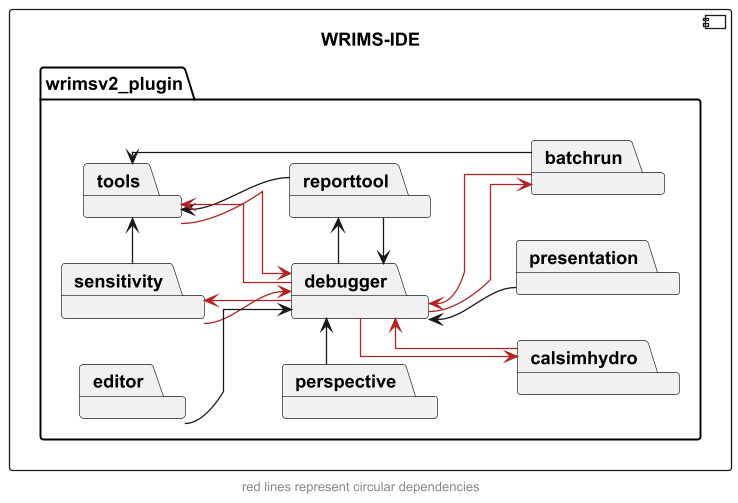
Earlier version of the PlantUML export docs/diagrams/wrims-ide/wrims-ide-interdeps.png (CentralValleyModeling/wrims). Its diagram source:
```plantuml
@startuml
left to right direction
skinparam linetype ortho

component WRIMS_IDE as "WRIMS-IDE" {
    package wrimsv2_plugin {
        package debugger
        package sensitivity
        package tools
        package reporttool
        package batchrun
        package calsimhydro
        package editor
        package perspective
        package presentation
    }
}

sensitivity -> tools
sensitivity -> debugger #firebrick

calsimhydro --> debugger #firebrick

batchrun -> tools
batchrun --> debugger #firebrick

reporttool -> tools
reporttool -> debugger

debugger -> sensitivity #firebrick
debugger -> batchrun #firebrick
debugger -> calsimhydro #firebrick
debugger -> reporttool
debugger -> tools #firebrick

tools --> debugger #firebrick

editor -d-> debugger
perspective -> debugger
presentation -u-> debugger

footer "red lines represent circular dependencies"
@enduml
```
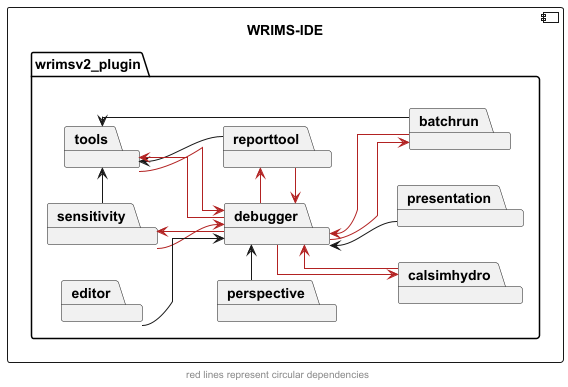
After the change.

What changed in the source:
```diff
@@ -25,12 +25,12 @@
 batchrun --> debugger #firebrick
 
 reporttool -> tools
-reporttool -> debugger
+reporttool -> debugger #firebrick
 
 debugger -> sensitivity #firebrick
 debugger -> batchrun #firebrick
 debugger -> calsimhydro #firebrick
-debugger -> reporttool
+debugger -> reporttool #firebrick
 debugger -> tools #firebrick
 
 tools --> debugger #firebrick
```
